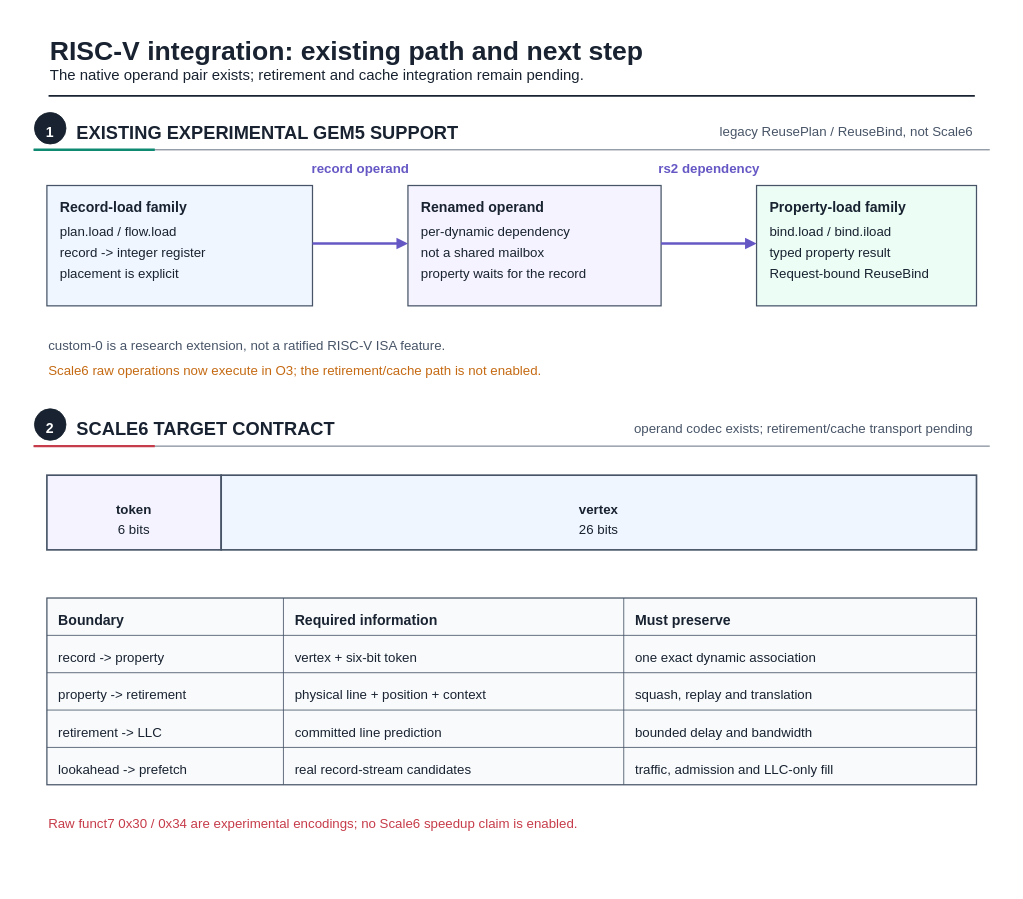
UVA-LavaLab/ECG_GrAPL keeps this draw.io diagram as fig/wiki_src/risc-v-instruction-path/risc-v-instruction-path-f01-instruction-family.drawio. Above is the earlier version. Source tidied: cells renumbered, new cells numbered last; positions are measured from the earlier drawing's top-left corner, leaving out a move shared by most shapes. Both pictures are drawn from the tidied source at 83%, with x=0, y=0 at pixel (13, 13).
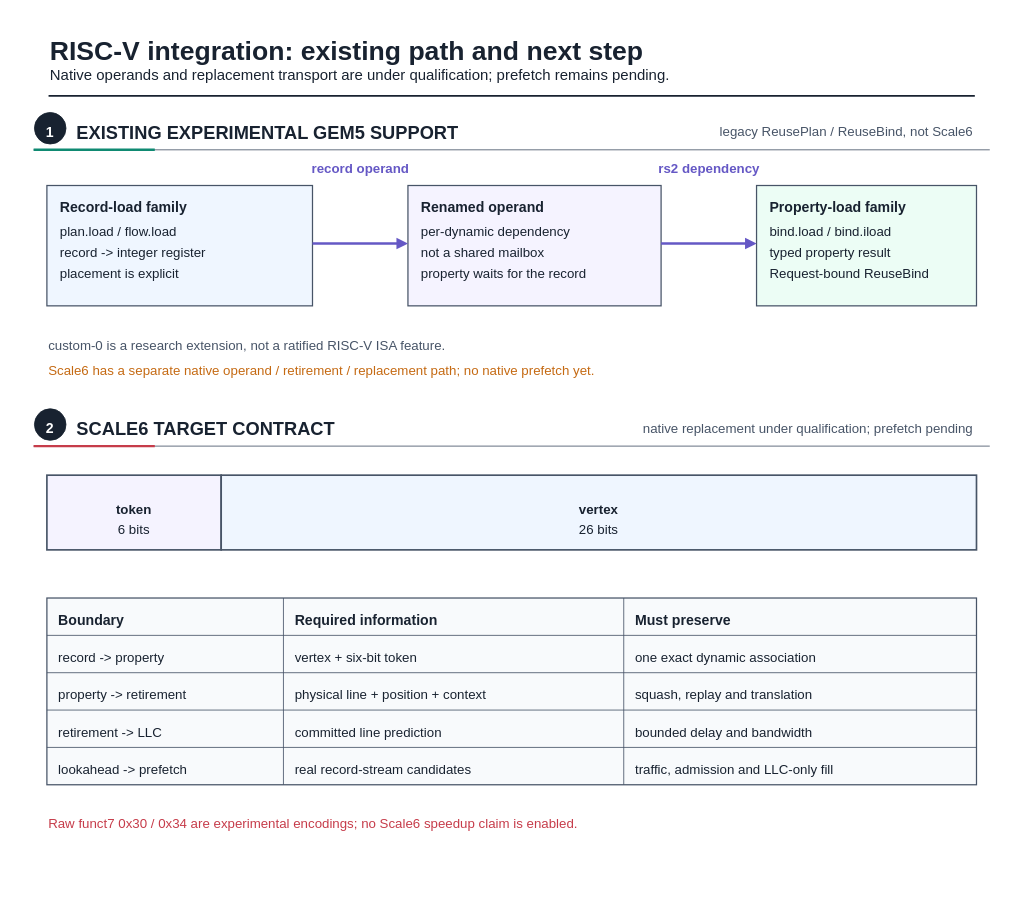
Above is the later version.

The edit, as a diff of the source:
```diff
@@
-    <mxCell id="4" value="The native operand pair exists; retirement and cache integration remain pending." style="text;html=0;strokeColor=none;fillColor=none;align=left;verticalAlign=middle;fontFamily=Liberation Sans;fontSize=18;fontColor=#182230;fontStyle=0;" parent="1" vertex="1">
-      <mxGeometry x="42" y="59.5" width="763.2" height="25.2" as="geometry" />
+    <mxCell id="4" value="Native operands and replacement transport are under qualification; prefetch remains pending." style="text;html=0;strokeColor=none;fillColor=none;align=left;verticalAlign=middle;fontFamily=Liberation Sans;fontSize=18;fontColor=#182230;fontStyle=0;" parent="1" vertex="1">
+      <mxGeometry x="42" y="59.5" width="877.7" height="25.2" as="geometry" />
     </mxCell>
@@
-    <mxCell id="32" value="Scale6 raw operations now execute in O3; the retirement/cache path is not enabled." style="text;html=0;strokeColor=none;fillColor=none;align=left;verticalAlign=middle;fontFamily=Liberation Sans;fontSize=16;fontColor=#C56A13;fontStyle=0;" parent="1" vertex="1">
-      <mxGeometry x="40" y="418.2" width="695.4" height="22.4" as="geometry" />
+    <mxCell id="32" value="Scale6 has a separate native operand / retirement / replacement path; no native prefetch yet." style="text;html=0;strokeColor=none;fillColor=none;align=left;verticalAlign=middle;fontFamily=Liberation Sans;fontSize=16;fontColor=#C56A13;fontStyle=0;" parent="1" vertex="1">
+      <mxGeometry x="40" y="418.2" width="788.6" height="22.4" as="geometry" />
     </mxCell>
@@
-    <mxCell id="36" value="operand codec exists; retirement/cache transport pending" style="text;html=0;strokeColor=none;fillColor=none;align=right;verticalAlign=middle;fontFamily=Liberation Sans;fontSize=16;fontColor=#475467;fontStyle=0;" parent="1" vertex="1">
+    <mxCell id="36" value="native replacement under qualification; prefetch pending" style="text;html=0;strokeColor=none;fillColor=none;align=right;verticalAlign=middle;fontFamily=Liberation Sans;fontSize=16;fontColor=#475467;fontStyle=0;" parent="1" vertex="1">
       <mxGeometry x="683.1" y="487.2" width="474.9" height="22.4" as="geometry" />
     </mxCell>
```
